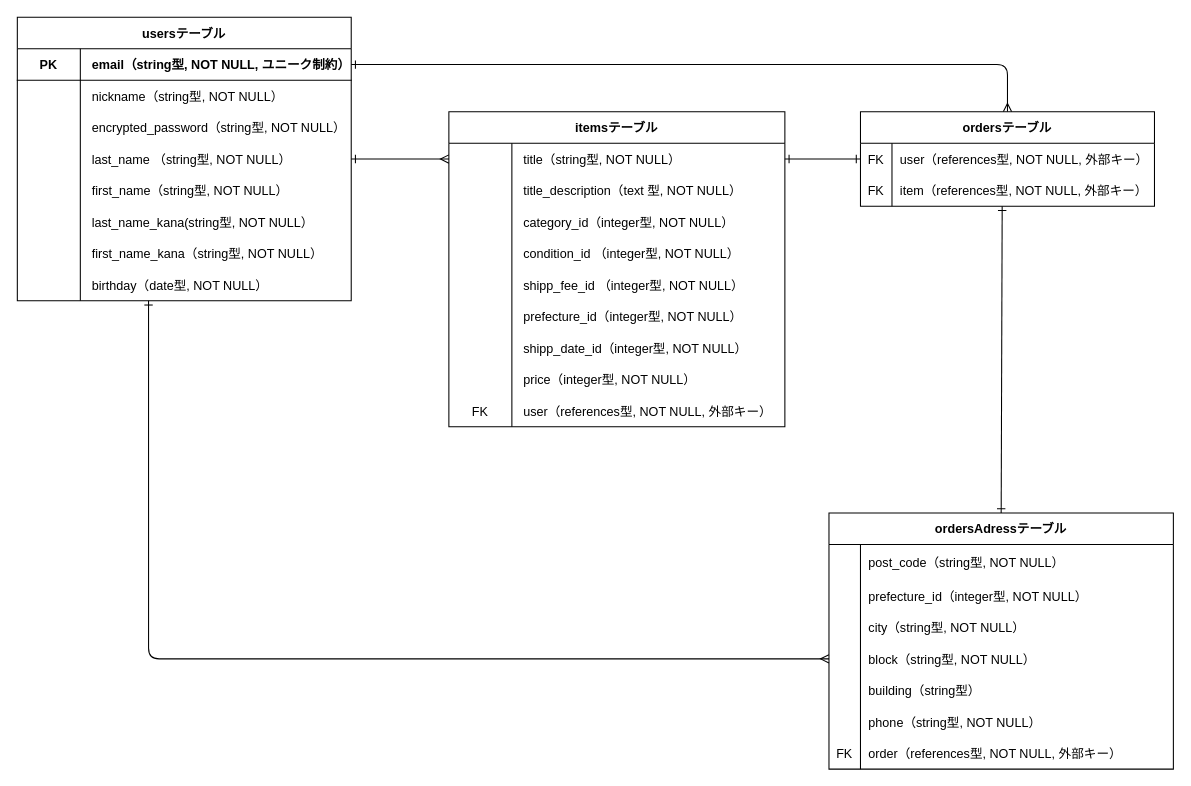
The draw.io diagram ER.dio in kiyo0522/furima-40252, before the edit. Source tidied: cells renumbered, new cells numbered last; positions are measured from the earlier drawing's top-left corner, leaving out a move shared by most shapes. Both pictures are drawn from the tidied source at 105%, with x=0, y=0 at pixel (1, 17).
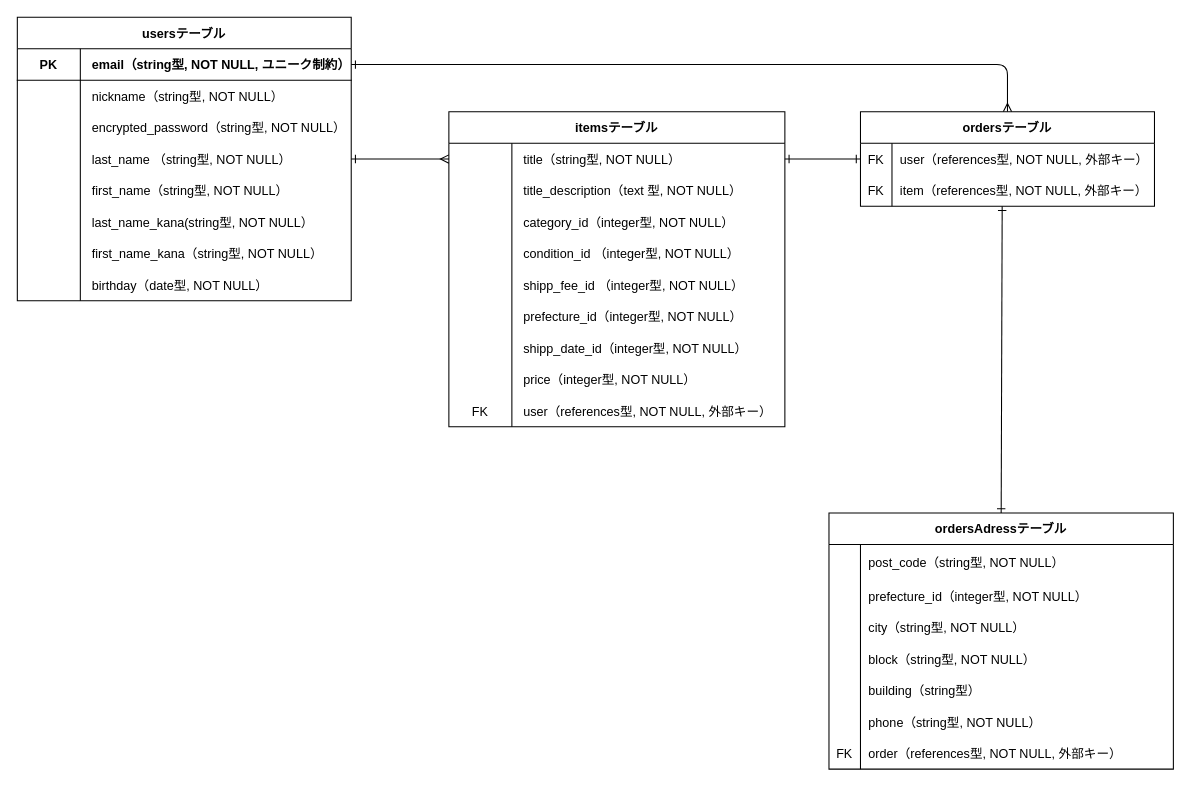
Above is the later version.

Commit message (it also covers changes not shown here):
データベース修正３

Unchanged cells that the change refers to:
```xml
<mxCell id="27" style="shape=tableRow;horizontal=0;startSize=0;swimlaneHead=0;swimlaneBody=0;fillColor=none;points=[[0,0.5],[1,0.5]];portConstraint=eastwest;top=0;left=0;right=0;bottom=0;" parent="5" vertex="1">
  <mxGeometry y="240" width="318" height="30" as="geometry" />
</mxCell>
<mxCell id="77" style="shape=tableRow;horizontal=0;startSize=0;swimlaneHead=0;swimlaneBody=0;fillColor=none;points=[[0,0.5],[1,0.5]];portConstraint=eastwest;top=0;left=0;right=0;bottom=0;strokeColor=default;" parent="67" vertex="1">
  <mxGeometry y="124" width="328" height="30" as="geometry" />
</mxCell>
```

What changed in the source:
```diff
@@
-    <mxCell id="3" style="edgeStyle=orthogonalEdgeStyle;rounded=1;jumpStyle=none;html=1;entryX=0;entryY=0.5;entryDx=0;entryDy=0;strokeWidth=1;startArrow=ERone;startFill=0;endArrow=ERmany;endFill=0;sourcePerimeterSpacing=0;targetPerimeterSpacing=10;exitX=0.393;exitY=1;exitDx=0;exitDy=0;exitPerimeter=0;" parent="1" edge="1" source="27" target="77">
-      <mxGeometry relative="1" as="geometry" />
-    </mxCell>
```
